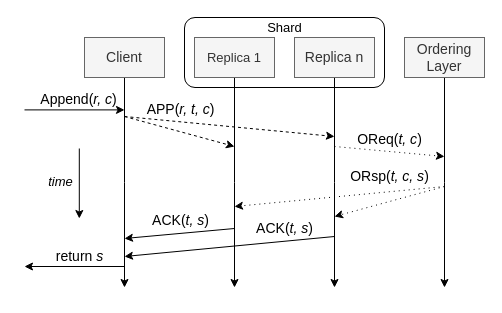
Before: docs/Flow_Append.drawio in nathanieltornow/PMLog, a draw.io diagram. Source tidied: cells renumbered, new cells numbered last; positions are measured from the earlier drawing's top-left corner, leaving out a move shared by most shapes. Both pictures are drawn from the tidied source at 100%, with x=0, y=0 at pixel (24, 17).
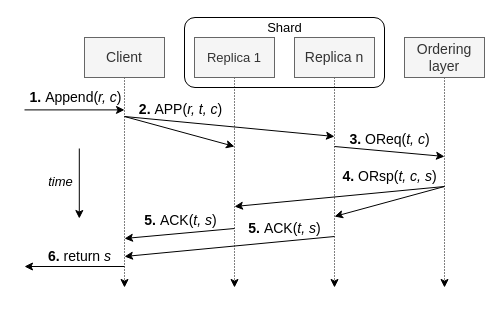
After the change.

The change refers to these unchanged cells:
```xml
<mxCell id="4" value="&lt;font style=&quot;font-size: 13px&quot;&gt;Replica 1&lt;/font&gt;" style="rounded=0;whiteSpace=wrap;html=1;fillColor=#f5f5f5;strokeColor=#666666;fontColor=#333333;" parent="1" vertex="1">
  <mxGeometry x="170" y="20" width="80" height="40" as="geometry" />
</mxCell>
<mxCell id="6" value="&lt;font style=&quot;font-size: 14px&quot;&gt;Replica n&lt;/font&gt;" style="rounded=0;whiteSpace=wrap;html=1;fillColor=#f5f5f5;strokeColor=#666666;fontColor=#333333;" parent="1" vertex="1">
  <mxGeometry x="270" y="20" width="80" height="40" as="geometry" />
</mxCell>
<mxCell id="11" value="&lt;font style=&quot;font-size: 14px&quot;&gt;Client&lt;/font&gt;" style="rounded=0;whiteSpace=wrap;html=1;fillColor=#f5f5f5;strokeColor=#666666;fontColor=#333333;" parent="1" vertex="1">
  <mxGeometry x="60" y="20" width="80" height="40" as="geometry" />
</mxCell>
```

Diff of the diagram source:
```diff
@@
-    <mxCell id="3" style="edgeStyle=orthogonalEdgeStyle;rounded=0;jettySize=auto;html=1;exitX=0.5;exitY=1;exitDx=0;exitDy=0;fontSize=14;" parent="1" edge="1" source="4">
+    <mxCell id="3" style="edgeStyle=orthogonalEdgeStyle;rounded=0;jettySize=auto;html=1;exitX=0.5;exitY=1;exitDx=0;exitDy=0;fontSize=14;dashed=1;dashPattern=1 2;" parent="1" edge="1" source="4">
       <mxGeometry relative="1" as="geometry">
         <mxPoint x="210" y="270" as="targetPoint" />
       </mxGeometry>
     </mxCell>
@@
-    <mxCell id="5" style="edgeStyle=orthogonalEdgeStyle;rounded=0;jettySize=auto;html=1;exitX=0.5;exitY=1;exitDx=0;exitDy=0;fontSize=14;" parent="1" edge="1" source="6">
+    <mxCell id="5" style="edgeStyle=orthogonalEdgeStyle;rounded=0;jettySize=auto;html=1;exitX=0.5;exitY=1;exitDx=0;exitDy=0;fontSize=14;dashed=1;dashPattern=1 2;" parent="1" edge="1" source="6">
       <mxGeometry relative="1" as="geometry">
         <mxPoint x="310" y="270" as="targetPoint" />
       </mxGeometry>
     </mxCell>
@@
-    <mxCell id="8" style="edgeStyle=orthogonalEdgeStyle;rounded=0;jettySize=auto;html=1;exitX=0.5;exitY=1;exitDx=0;exitDy=0;fontSize=14;" parent="1" edge="1" source="9">
+    <mxCell id="8" style="edgeStyle=orthogonalEdgeStyle;rounded=0;jettySize=auto;html=1;exitX=0.5;exitY=1;exitDx=0;exitDy=0;fontSize=14;dashed=1;dashPattern=1 2;" parent="1" edge="1" source="9">
       <mxGeometry relative="1" as="geometry">
         <mxPoint x="420" y="270" as="targetPoint" />
       </mxGeometry>
     </mxCell>
-    <mxCell id="9" value="&lt;font style=&quot;font-size: 14px&quot;&gt;Ordering Layer&lt;/font&gt;" style="rounded=0;whiteSpace=wrap;html=1;fillColor=#f5f5f5;strokeColor=#666666;fontColor=#333333;" parent="1" vertex="1">
+    <mxCell id="9" value="&lt;font style=&quot;font-size: 14px&quot;&gt;Ordering layer&lt;/font&gt;" style="rounded=0;whiteSpace=wrap;html=1;fillColor=#f5f5f5;strokeColor=#666666;fontColor=#333333;" parent="1" vertex="1">
       <mxGeometry x="380" y="20" width="80" height="40" as="geometry" />
     </mxCell>
-    <mxCell id="10" style="edgeStyle=orthogonalEdgeStyle;rounded=0;jettySize=auto;html=1;exitX=0.5;exitY=1;exitDx=0;exitDy=0;fontSize=14;" parent="1" edge="1" source="11">
+    <mxCell id="10" style="edgeStyle=orthogonalEdgeStyle;rounded=0;jettySize=auto;html=1;exitX=0.5;exitY=1;exitDx=0;exitDy=0;fontSize=14;dashed=1;dashPattern=1 2;" parent="1" edge="1" source="11">
       <mxGeometry relative="1" as="geometry">
         <mxPoint x="100" y="270" as="targetPoint" />
       </mxGeometry>
     </mxCell>
@@
-    <mxCell id="13" value="Append(&lt;i&gt;r, c&lt;/i&gt;)" style="text;html=1;align=center;verticalAlign=middle;strokeColor=none;fillColor=none;fontSize=14;" parent="1" vertex="1">
-      <mxGeometry x="9" y="72.4" width="90" height="20" as="geometry" />
+    <mxCell id="13" value="&lt;b&gt;1.&amp;nbsp;&lt;/b&gt;Append(&lt;i&gt;r, c&lt;/i&gt;)" style="text;html=1;align=center;verticalAlign=middle;strokeColor=none;fillColor=none;fontSize=14;" parent="1" vertex="1">
+      <mxGeometry x="-4" y="70.4" width="110" height="20" as="geometry" />
     </mxCell>
-    <mxCell id="14" style="endArrow=classic;html=1;rounded=0;fontSize=14;dashed=1;" parent="1" edge="1">
+    <mxCell id="14" style="endArrow=classic;html=1;rounded=0;fontSize=14;" parent="1" edge="1">
       <mxGeometry relative="1" as="geometry">
         <mxPoint x="100" y="99" as="sourcePoint" />
         <mxPoint x="210" y="129" as="targetPoint" />
       </mxGeometry>
     </mxCell>
-    <mxCell id="15" style="endArrow=classic;html=1;rounded=0;fontSize=14;dashed=1;" parent="1" edge="1">
+    <mxCell id="15" style="endArrow=classic;html=1;rounded=0;fontSize=14;" parent="1" edge="1">
       <mxGeometry relative="1" as="geometry">
         <mxPoint x="100" y="99" as="sourcePoint" />
         <mxPoint x="310" y="119" as="targetPoint" />
       </mxGeometry>
     </mxCell>
-    <mxCell id="16" value="APP(&lt;i&gt;r, t, c&lt;/i&gt;)" style="text;html=1;align=center;verticalAlign=middle;strokeColor=none;fillColor=none;fontSize=14;" parent="1" vertex="1">
-      <mxGeometry x="116" y="82" width="80" height="20" as="geometry" />
+    <mxCell id="16" value="&lt;b&gt;2.&amp;nbsp;&lt;/b&gt;APP(&lt;i&gt;r, t, c&lt;/i&gt;)" style="text;html=1;align=center;verticalAlign=middle;strokeColor=none;fillColor=none;fontSize=14;" parent="1" vertex="1">
+      <mxGeometry x="106" y="82" width="100" height="20" as="geometry" />
     </mxCell>
-    <mxCell id="17" style="endArrow=classic;html=1;rounded=0;fontSize=14;dashed=1;dashPattern=1 4;" parent="1" edge="1">
+    <mxCell id="17" style="endArrow=classic;html=1;rounded=0;fontSize=14;" parent="1" edge="1">
       <mxGeometry relative="1" as="geometry">
         <mxPoint x="310" y="129" as="sourcePoint" />
         <mxPoint x="420" y="139" as="targetPoint" />
       </mxGeometry>
     </mxCell>
-    <mxCell id="18" value="OReq(&lt;i&gt;t, c&lt;/i&gt;)" style="text;html=1;align=center;verticalAlign=middle;strokeColor=none;fillColor=none;fontSize=14;" parent="1" vertex="1">
-      <mxGeometry x="325" y="112" width="80" height="20" as="geometry" />
+    <mxCell id="18" value="&lt;b&gt;3.&amp;nbsp;&lt;/b&gt;OReq(&lt;i&gt;t, c&lt;/i&gt;)" style="text;html=1;align=center;verticalAlign=middle;strokeColor=none;fillColor=none;fontSize=14;" parent="1" vertex="1">
+      <mxGeometry x="315" y="112" width="100" height="20" as="geometry" />
     </mxCell>
-    <mxCell id="19" style="endArrow=classic;html=1;rounded=0;fontSize=14;dashed=1;dashPattern=1 4;" parent="1" edge="1">
+    <mxCell id="19" style="endArrow=classic;html=1;rounded=0;fontSize=14;" parent="1" edge="1">
       <mxGeometry relative="1" as="geometry">
         <mxPoint x="420" y="169" as="sourcePoint" />
         <mxPoint x="210" y="189" as="targetPoint" />
       </mxGeometry>
     </mxCell>
-    <mxCell id="20" value="ORsp(&lt;i&gt;t, c, s&lt;/i&gt;)" style="text;html=1;align=center;verticalAlign=middle;strokeColor=none;fillColor=none;fontSize=14;" parent="1" vertex="1">
-      <mxGeometry x="320" y="149" width="90" height="20" as="geometry" />
+    <mxCell id="20" value="&lt;b&gt;4.&amp;nbsp;&lt;/b&gt;ORsp(&lt;i&gt;t, c, s&lt;/i&gt;)" style="text;html=1;align=center;verticalAlign=middle;strokeColor=none;fillColor=none;fontSize=14;" parent="1" vertex="1">
+      <mxGeometry x="310" y="149" width="110" height="20" as="geometry" />
     </mxCell>
-    <mxCell id="21" style="endArrow=classic;html=1;rounded=0;fontSize=14;dashed=1;dashPattern=1 4;" parent="1" edge="1">
+    <mxCell id="21" style="endArrow=classic;html=1;rounded=0;fontSize=14;" parent="1" edge="1">
       <mxGeometry relative="1" as="geometry">
         <mxPoint x="420" y="169" as="sourcePoint" />
         <mxPoint x="310" y="199" as="targetPoint" />
       </mxGeometry>
     </mxCell>
@@
-    <mxCell id="23" value="ACK(&lt;i&gt;t, s&lt;/i&gt;)" style="text;html=1;align=center;verticalAlign=middle;strokeColor=none;fillColor=none;fontSize=14;" parent="1" vertex="1">
-      <mxGeometry x="121" y="193" width="70" height="20" as="geometry" />
+    <mxCell id="23" value="&lt;b&gt;5.&amp;nbsp;&lt;/b&gt;ACK(&lt;i&gt;t, s&lt;/i&gt;)" style="text;html=1;align=center;verticalAlign=middle;strokeColor=none;fillColor=none;fontSize=14;" parent="1" vertex="1">
+      <mxGeometry x="111" y="193" width="90" height="20" as="geometry" />
     </mxCell>
@@
-    <mxCell id="25" value="ACK(&lt;i&gt;t, s&lt;/i&gt;)" style="text;html=1;align=center;verticalAlign=middle;strokeColor=none;fillColor=none;fontSize=14;" parent="1" vertex="1">
-      <mxGeometry x="225" y="201" width="70" height="20" as="geometry" />
+    <mxCell id="25" value="&lt;b&gt;5.&amp;nbsp;&lt;/b&gt;ACK(&lt;i&gt;t, s&lt;/i&gt;)" style="text;html=1;align=center;verticalAlign=middle;strokeColor=none;fillColor=none;fontSize=14;" parent="1" vertex="1">
+      <mxGeometry x="215" y="201" width="90" height="20" as="geometry" />
     </mxCell>
@@
-    <mxCell id="27" value="return &lt;i&gt;s&lt;/i&gt;" style="text;html=1;align=center;verticalAlign=middle;strokeColor=none;fillColor=none;fontSize=14;" parent="1" vertex="1">
-      <mxGeometry x="25" y="229" width="60" height="20" as="geometry" />
+    <mxCell id="27" value="&lt;b&gt;6.&amp;nbsp;&lt;/b&gt;return &lt;i&gt;s&lt;/i&gt;" style="text;html=1;align=center;verticalAlign=middle;strokeColor=none;fillColor=none;fontSize=14;" parent="1" vertex="1">
+      <mxGeometry x="15" y="229" width="80" height="20" as="geometry" />
     </mxCell>
```
